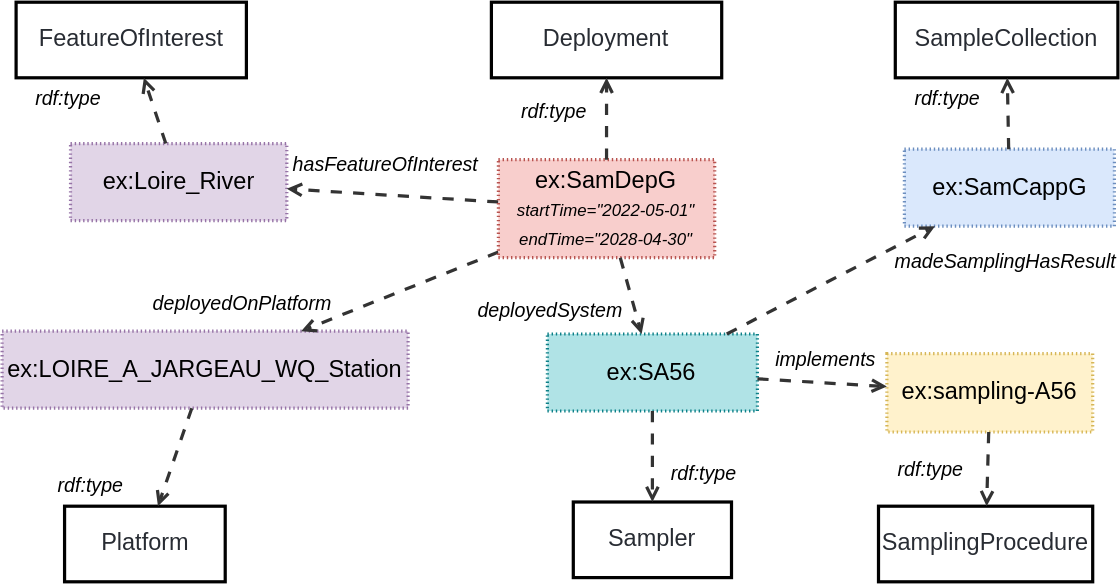
Earlier version of the draw.io export ssn/images/SamplerDeployment.svg (w3c/sdw-sosa-ssn). Source tidied: cells renumbered, new cells last; positions are measured from the earlier drawing's top-left corner, leaving out a move shared by most shapes. The source it was exported from:
```xml
<mxGraphModel>
  <root>
    <mxCell id="0" />
    <mxCell id="1" parent="0" />
    <mxCell id="2" value="ex:SamCappG" style="html=1;overflow=block;blockSpacing=1;whiteSpace=wrap;fontSize=16.8;align=center;spacing=0;strokeOpacity=100;fillColor=#dae8fc;dashed=1;fixDash=1;dashPattern=1 2;strokeWidth=2.3;strokeColor=#6c8ebf;" parent="1" vertex="1">
      <mxGeometry x="644.5" y="105" width="150" height="55" as="geometry" />
    </mxCell>
    <mxCell id="3" value="SampleCollection" style="html=1;overflow=block;blockSpacing=1;whiteSpace=wrap;fontSize=16.8;fontColor=#282c33;align=center;spacing=0;strokeOpacity=100;fillColor=none;strokeWidth=2.3;" parent="1" vertex="1">
      <mxGeometry x="638" width="159" height="54" as="geometry" />
    </mxCell>
    <mxCell id="4" style="html=1;jettySize=18;whiteSpace=wrap;fontSize=13;strokeColor=#333333;strokeOpacity=100;dashed=1;fixDash=1;dashPattern=8 8;strokeWidth=2.3;rounded=1;arcSize=24;startArrow=none;endArrow=open;lucidId=NyNQDuX1wnY7;" parent="1" edge="1" source="2" target="3">
      <mxGeometry relative="1" as="geometry" />
    </mxCell>
    <mxCell id="5" value="rdf:type" style="html=1;overflow=block;blockSpacing=1;whiteSpace=wrap;fontSize=14;fontStyle=2;align=center;spacing=0;strokeColor=none;strokeOpacity=100;fillOpacity=100;fillColor=none;strokeWidth=2.3;lucidId=ZyNQdXScJ7d8;" parent="1" vertex="1">
      <mxGeometry x="638" y="54" width="75" height="30" as="geometry" />
    </mxCell>
    <mxCell id="6" value="ex:Loire_River" style="html=1;overflow=block;blockSpacing=1;whiteSpace=wrap;fontSize=16.8;align=center;spacing=0;strokeOpacity=100;fillColor=#e1d5e7;dashed=1;fixDash=1;dashPattern=1 2;strokeWidth=2.3;strokeColor=#9673a6;" parent="1" vertex="1">
      <mxGeometry x="48.9" y="101" width="154.5" height="55" as="geometry" />
    </mxCell>
    <mxCell id="7" style="html=1;jettySize=18;whiteSpace=wrap;fontSize=13;strokeColor=#333333;strokeOpacity=100;dashed=1;fixDash=1;dashPattern=8 8;strokeWidth=2.3;rounded=0;arcSize=24;startArrow=none;endArrow=open;lucidId=a.MQUB3mGXbf;" parent="1" edge="1" source="30" target="6">
      <mxGeometry relative="1" as="geometry" />
    </mxCell>
    <mxCell id="8" value="hasFeatureOfInterest" style="html=1;overflow=block;blockSpacing=1;whiteSpace=wrap;fontSize=14;fontStyle=2;align=center;spacing=0;strokeColor=none;strokeOpacity=100;fillOpacity=100;fillColor=none;strokeWidth=2.3;lucidId=a.MQIzYVmevB;" parent="1" vertex="1">
      <mxGeometry x="207.5" y="101" width="75" height="30" as="geometry" />
    </mxCell>
    <mxCell id="9" value="FeatureOfInterest" style="html=1;overflow=block;blockSpacing=1;whiteSpace=wrap;fontSize=16.8;fontColor=#282c33;align=center;spacing=0;strokeOpacity=100;fillColor=none;strokeWidth=2.3;" parent="1" vertex="1">
      <mxGeometry x="10" width="164.5" height="54" as="geometry" />
    </mxCell>
    <mxCell id="10" value="rdf:type" style="html=1;overflow=block;blockSpacing=1;whiteSpace=wrap;fontSize=14;fontStyle=2;align=center;spacing=0;strokeColor=none;strokeOpacity=100;fillOpacity=100;fillColor=none;strokeWidth=2.3;lucidId=-xNQJ~mzVZk9;" parent="1" vertex="1">
      <mxGeometry x="10" y="54" width="75" height="30" as="geometry" />
    </mxCell>
    <mxCell id="11" style="html=1;jettySize=18;whiteSpace=wrap;fontSize=13;strokeColor=#333333;strokeOpacity=100;dashed=1;fixDash=1;dashPattern=8 8;strokeWidth=2.3;rounded=0;startArrow=none;endArrow=open;lucidId=XvNQ3zJcAKRb;" parent="1" edge="1" source="6" target="9">
      <mxGeometry relative="1" as="geometry" />
    </mxCell>
    <mxCell id="12" value="ex:SA56" style="html=1;overflow=block;blockSpacing=1;whiteSpace=wrap;fontSize=16.8;align=center;spacing=0;strokeOpacity=100;fillColor=#b0e3e6;dashed=1;fixDash=1;dashPattern=1 2;strokeWidth=2.3;strokeColor=#0e8088;" parent="1" vertex="1">
      <mxGeometry x="389.5" y="237" width="150" height="55" as="geometry" />
    </mxCell>
    <mxCell id="13" value="Sampler" style="html=1;overflow=block;blockSpacing=1;whiteSpace=wrap;fontSize=16.8;fontColor=#282c33;align=center;spacing=0;strokeOpacity=100;fillColor=none;strokeWidth=2.3;" parent="1" vertex="1">
      <mxGeometry x="408" y="357" width="113" height="54" as="geometry" />
    </mxCell>
    <mxCell id="14" style="html=1;jettySize=18;whiteSpace=wrap;fontSize=13;strokeColor=#333333;strokeOpacity=100;dashed=1;fixDash=1;dashPattern=8 8;strokeWidth=2.3;rounded=1;arcSize=24;startArrow=none;endArrow=open;lucidId=NyNQDuX1wnY7;" parent="1" edge="1" source="12" target="13">
      <mxGeometry relative="1" as="geometry" />
    </mxCell>
    <mxCell id="15" value="rdf:type" style="html=1;overflow=block;blockSpacing=1;whiteSpace=wrap;fontSize=14;fontStyle=2;align=center;spacing=0;strokeColor=none;strokeOpacity=100;fillOpacity=100;fillColor=none;strokeWidth=2.3;lucidId=ZyNQdXScJ7d8;" parent="1" vertex="1">
      <mxGeometry x="626" y="319" width="75" height="30" as="geometry" />
    </mxCell>
    <mxCell id="16" style="html=1;jettySize=18;whiteSpace=wrap;fontSize=13;strokeColor=#333333;strokeOpacity=100;dashed=1;fixDash=1;dashPattern=8 8;strokeWidth=2.3;rounded=1;arcSize=24;startArrow=none;endArrow=open;lucidId=NyNQDuX1wnY7;" parent="1" edge="1" source="12" target="2">
      <mxGeometry relative="1" as="geometry" />
    </mxCell>
    <mxCell id="17" value="madeSamplingHasResult" style="html=1;overflow=block;blockSpacing=1;whiteSpace=wrap;fontSize=14;fontStyle=2;align=center;spacing=0;strokeColor=none;strokeOpacity=100;fillOpacity=100;fillColor=none;strokeWidth=2.3;lucidId=a.MQIzYVmevB;" parent="1" vertex="1">
      <mxGeometry x="638" y="170" width="75" height="30" as="geometry" />
    </mxCell>
    <mxCell id="18" value="ex:LOIRE_A_JARGEAU_WQ_Station" style="html=1;overflow=block;blockSpacing=1;whiteSpace=wrap;fontSize=16.8;align=center;spacing=0;strokeOpacity=100;fillColor=#e1d5e7;dashed=1;fixDash=1;dashPattern=1 2;strokeWidth=2.3;strokeColor=#9673a6;" parent="1" vertex="1">
      <mxGeometry y="235" width="290" height="55" as="geometry" />
    </mxCell>
    <mxCell id="19" value="Platform" style="html=1;overflow=block;blockSpacing=1;whiteSpace=wrap;fontSize=16.8;fontColor=#282c33;align=center;spacing=0;strokeOpacity=100;fillColor=none;strokeWidth=2.3;" parent="1" vertex="1">
      <mxGeometry x="44.6" y="360" width="114.8" height="54" as="geometry" />
    </mxCell>
    <mxCell id="20" value="rdf:type" style="html=1;overflow=block;blockSpacing=1;whiteSpace=wrap;fontSize=14;fontStyle=2;align=center;spacing=0;strokeColor=none;strokeOpacity=100;fillOpacity=100;fillColor=none;strokeWidth=2.3;lucidId=-xNQJ~mzVZk9;" parent="1" vertex="1">
      <mxGeometry x="25.9" y="330" width="75" height="30" as="geometry" />
    </mxCell>
    <mxCell id="21" style="html=1;jettySize=18;whiteSpace=wrap;fontSize=13;strokeColor=#333333;strokeOpacity=100;dashed=1;fixDash=1;dashPattern=8 8;strokeWidth=2.3;rounded=0;startArrow=none;endArrow=open;lucidId=XvNQ3zJcAKRb;" parent="1" edge="1" source="18" target="19">
      <mxGeometry relative="1" as="geometry" />
    </mxCell>
    <mxCell id="22" style="html=1;jettySize=18;whiteSpace=wrap;fontSize=13;strokeColor=#333333;strokeOpacity=100;dashed=1;fixDash=1;dashPattern=8 8;strokeWidth=2.3;rounded=0;arcSize=24;startArrow=none;endArrow=open;lucidId=a.MQUB3mGXbf;" parent="1" edge="1" source="30" target="18">
      <mxGeometry relative="1" as="geometry" />
    </mxCell>
    <mxCell id="23" value="deployedOnPlatform" style="html=1;overflow=block;blockSpacing=1;whiteSpace=wrap;fontSize=14;fontStyle=2;align=center;spacing=0;strokeColor=none;strokeOpacity=100;fillOpacity=100;fillColor=none;strokeWidth=2.3;lucidId=a.MQIzYVmevB;" parent="1" vertex="1">
      <mxGeometry x="107.5" y="200" width="75" height="30" as="geometry" />
    </mxCell>
    <mxCell id="24" value="ex:sampling-A56" style="html=1;overflow=block;blockSpacing=1;whiteSpace=wrap;fontSize=16.8;align=center;spacing=0;strokeOpacity=100;fillColor=#fff2cc;dashed=1;fixDash=1;dashPattern=1 2;strokeWidth=2.3;strokeColor=#d6b656;" parent="1" vertex="1">
      <mxGeometry x="632" y="251" width="147" height="56" as="geometry" />
    </mxCell>
    <mxCell id="25" value="SamplingProcedure" style="html=1;overflow=block;blockSpacing=1;whiteSpace=wrap;fontSize=16.8;fontColor=#282c33;align=center;spacing=0;strokeOpacity=100;fillColor=none;strokeWidth=2.3;" parent="1" vertex="1">
      <mxGeometry x="626" y="360" width="153" height="54" as="geometry" />
    </mxCell>
    <mxCell id="26" style="html=1;jettySize=18;whiteSpace=wrap;fontSize=13;strokeColor=#333333;strokeOpacity=100;dashed=1;fixDash=1;dashPattern=8 8;strokeWidth=2.3;rounded=1;arcSize=24;startArrow=none;endArrow=open;lucidId=NyNQDuX1wnY7;" parent="1" edge="1" source="24" target="25">
      <mxGeometry relative="1" as="geometry" />
    </mxCell>
    <mxCell id="27" value="rdf:type" style="html=1;overflow=block;blockSpacing=1;whiteSpace=wrap;fontSize=14;fontStyle=2;align=center;spacing=0;strokeColor=none;strokeOpacity=100;fillOpacity=100;fillColor=none;strokeWidth=2.3;lucidId=ZyNQdXScJ7d8;" parent="1" vertex="1">
      <mxGeometry x="464.5" y="322" width="75" height="30" as="geometry" />
    </mxCell>
    <mxCell id="28" style="html=1;jettySize=18;whiteSpace=wrap;fontSize=13;strokeColor=#333333;strokeOpacity=100;dashed=1;fixDash=1;dashPattern=8 8;strokeWidth=2.3;rounded=1;arcSize=24;startArrow=none;endArrow=open;lucidId=NyNQDuX1wnY7;" parent="1" edge="1" source="12" target="24">
      <mxGeometry relative="1" as="geometry" />
    </mxCell>
    <mxCell id="29" value="implements" style="html=1;overflow=block;blockSpacing=1;whiteSpace=wrap;fontSize=14;fontStyle=2;align=center;spacing=0;strokeColor=none;strokeOpacity=100;fillOpacity=100;fillColor=none;strokeWidth=2.3;lucidId=ZyNQdXScJ7d8;" parent="1" vertex="1">
      <mxGeometry x="551" y="240" width="75" height="30" as="geometry" />
    </mxCell>
    <mxCell id="30" value="ex:SamDepG&lt;br&gt;&lt;font style=&quot;font-size: 12px;&quot;&gt;&lt;i&gt;startTime=&quot;2022-05-01&quot;&lt;br&gt;endTime=&quot;2028-04-30&quot;&lt;/i&gt;&lt;/font&gt;" style="html=1;overflow=block;blockSpacing=1;whiteSpace=wrap;fontSize=16.8;align=center;spacing=0;strokeOpacity=100;fillColor=#f8cecc;dashed=1;fixDash=1;dashPattern=1 2;strokeWidth=2.3;strokeColor=#b85450;" parent="1" vertex="1">
      <mxGeometry x="354.5" y="112.5" width="154.5" height="70" as="geometry" />
    </mxCell>
    <mxCell id="31" value="Deployment" style="html=1;overflow=block;blockSpacing=1;whiteSpace=wrap;fontSize=16.8;fontColor=#282c33;align=center;spacing=0;strokeOpacity=100;fillColor=none;strokeWidth=2.3;" parent="1" vertex="1">
      <mxGeometry x="349.5" width="164.5" height="54" as="geometry" />
    </mxCell>
    <mxCell id="32" value="rdf:type" style="html=1;overflow=block;blockSpacing=1;whiteSpace=wrap;fontSize=14;fontStyle=2;align=center;spacing=0;strokeColor=none;strokeOpacity=100;fillOpacity=100;fillColor=none;strokeWidth=2.3;lucidId=-xNQJ~mzVZk9;" parent="1" vertex="1">
      <mxGeometry x="357" y="63" width="75" height="30" as="geometry" />
    </mxCell>
    <mxCell id="33" style="html=1;jettySize=18;whiteSpace=wrap;fontSize=13;strokeColor=#333333;strokeOpacity=100;dashed=1;fixDash=1;dashPattern=8 8;strokeWidth=2.3;rounded=0;startArrow=none;endArrow=open;lucidId=XvNQ3zJcAKRb;" parent="1" edge="1" source="30" target="31">
      <mxGeometry relative="1" as="geometry" />
    </mxCell>
    <mxCell id="34" style="html=1;jettySize=18;whiteSpace=wrap;fontSize=13;strokeColor=#333333;strokeOpacity=100;dashed=1;fixDash=1;dashPattern=8 8;strokeWidth=2.3;rounded=0;arcSize=24;startArrow=none;endArrow=open;lucidId=a.MQUB3mGXbf;" parent="1" edge="1" source="30" target="12">
      <mxGeometry relative="1" as="geometry" />
    </mxCell>
    <mxCell id="35" value="deployedSystem" style="html=1;overflow=block;blockSpacing=1;whiteSpace=wrap;fontSize=14;fontStyle=2;align=center;spacing=0;strokeColor=none;strokeOpacity=100;fillOpacity=100;fillColor=none;strokeWidth=2.3;lucidId=a.MQIzYVmevB;" parent="1" vertex="1">
      <mxGeometry x="340" y="205" width="75" height="30" as="geometry" />
    </mxCell>
  </root>
</mxGraphModel>
```
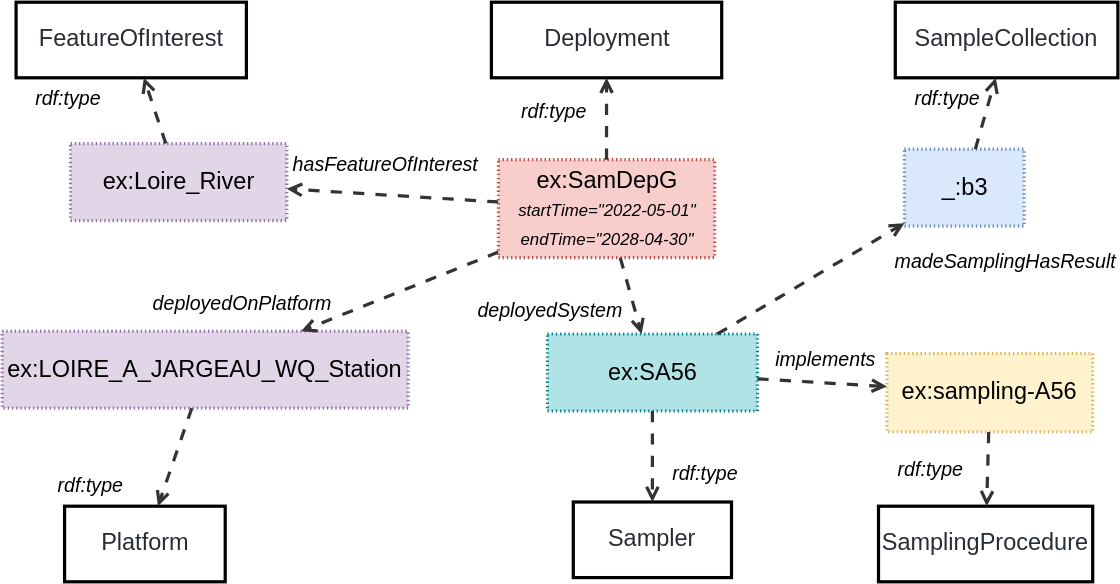
After the change.

The edit, as a diff of the source:
```diff
@@ -2,8 +2,8 @@
   <root>
     <mxCell id="0" />
     <mxCell id="1" parent="0" />
-    <mxCell id="2" value="ex:SamCappG" style="html=1;overflow=block;blockSpacing=1;whiteSpace=wrap;fontSize=16.8;align=center;spacing=0;strokeOpacity=100;fillColor=#dae8fc;dashed=1;fixDash=1;dashPattern=1 2;strokeWidth=2.3;strokeColor=#6c8ebf;" parent="1" vertex="1">
-      <mxGeometry x="644.5" y="105" width="150" height="55" as="geometry" />
+    <mxCell id="2" value="_:b3" style="html=1;overflow=block;blockSpacing=1;whiteSpace=wrap;fontSize=16.8;align=center;spacing=0;strokeOpacity=100;fillColor=#dae8fc;dashed=1;fixDash=1;dashPattern=1 2;strokeWidth=2.3;strokeColor=#6c8ebf;" parent="1" vertex="1">
+      <mxGeometry x="644.5" y="105" width="85.5" height="55" as="geometry" />
     </mxCell>
     <mxCell id="3" value="SampleCollection" style="html=1;overflow=block;blockSpacing=1;whiteSpace=wrap;fontSize=16.8;fontColor=#282c33;align=center;spacing=0;strokeOpacity=100;fillColor=none;strokeWidth=2.3;" parent="1" vertex="1">
       <mxGeometry x="638" width="159" height="54" as="geometry" />
```
